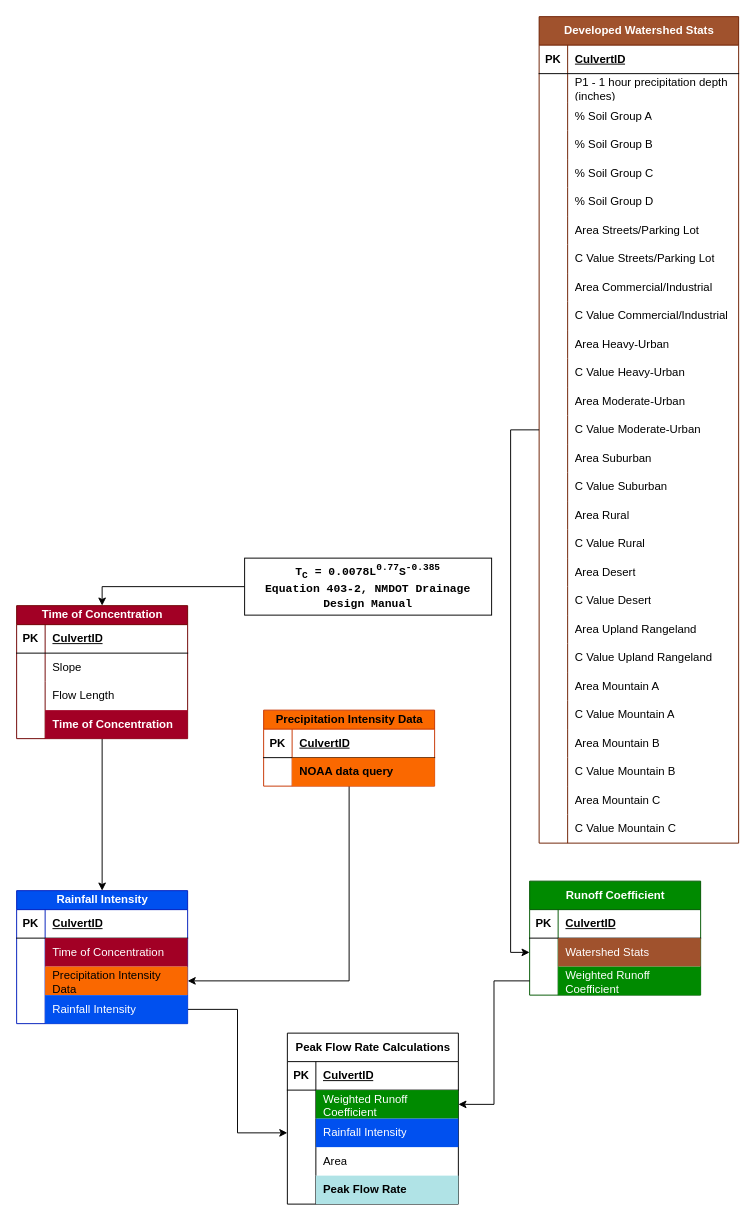
Above: NMDOT_SCHEMA.drawio in KyAshby-hdr/ArcGISProToolsAndScripts (draw.io), before the change. Source tidied: cells renumbered, new cells numbered last; positions are measured from the earlier drawing's top-left corner, leaving out a move shared by most shapes. Both pictures are drawn from the tidied source at 95%, with x=0, y=0 at pixel (16, 16).
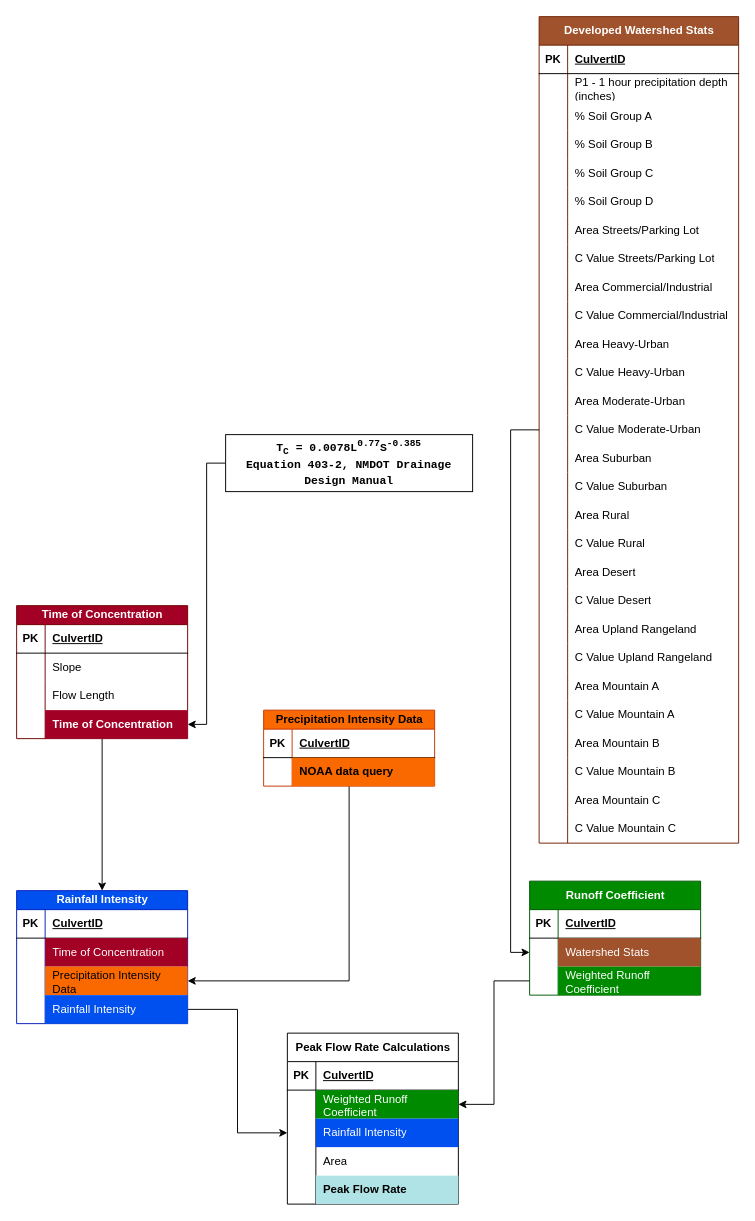
After the change.

The change refers to these unchanged cells:
```xml
<mxCell id="45" value="Time of Concentration" style="shape=table;startSize=20;childLayout=tableLayout;rowLines=0;fontStyle=1;align=center;html=1;fillColor=#a20025;fontColor=#ffffff;strokeColor=#6F0000;swimlaneLine=1;" parent="1" vertex="1">
  <mxGeometry y="620" width="180" height="140" as="geometry" />
</mxCell>
<mxCell id="55" style="shape=tableRow;horizontal=0;startSize=0;swimlaneHead=0;swimlaneBody=0;fillColor=none;points=[[0,0.5],[1,0.5]];portConstraint=eastwest;top=0;left=0;right=0;bottom=0;" parent="45" vertex="1">
  <mxGeometry y="110" width="180" height="30" as="geometry" />
</mxCell>
```

Diff of the diagram source:
```diff
@@
-    <mxCell id="58" style="edgeStyle=orthogonalEdgeStyle;rounded=0;jettySize=auto;html=1;exitX=0;exitY=0.5;exitDx=0;exitDy=0;entryX=0.5;entryY=0;entryDx=0;entryDy=0;" parent="1" edge="1" source="59" target="45">
+    <mxCell id="58" style="edgeStyle=orthogonalEdgeStyle;rounded=0;jettySize=auto;html=1;exitX=0;exitY=0.5;exitDx=0;exitDy=0;entryX=1;entryY=0.5;entryDx=0;entryDy=0;" parent="1" edge="1" source="59" target="55">
       <mxGeometry relative="1" as="geometry" />
     </mxCell>
     <mxCell id="59" value="&lt;font face=&quot;Courier New&quot;&gt;T&lt;sub style=&quot;&quot;&gt;C&lt;/sub&gt;&amp;nbsp;= 0.0078L&lt;sup style=&quot;&quot;&gt;0.77&lt;/sup&gt;S&lt;sup style=&quot;&quot;&gt;-0.385&lt;/sup&gt;&lt;/font&gt;&lt;div&gt;&lt;font face=&quot;Courier New&quot;&gt;Equation 403-2, NMDOT Drainage Design Manual&lt;/font&gt;&lt;/div&gt;" style="whiteSpace=wrap;html=1;startSize=20;fontStyle=1;" parent="1" vertex="1">
-      <mxGeometry x="240" y="570" width="260" height="60" as="geometry" />
+      <mxGeometry x="220" y="440" width="260" height="60" as="geometry" />
     </mxCell>
```
